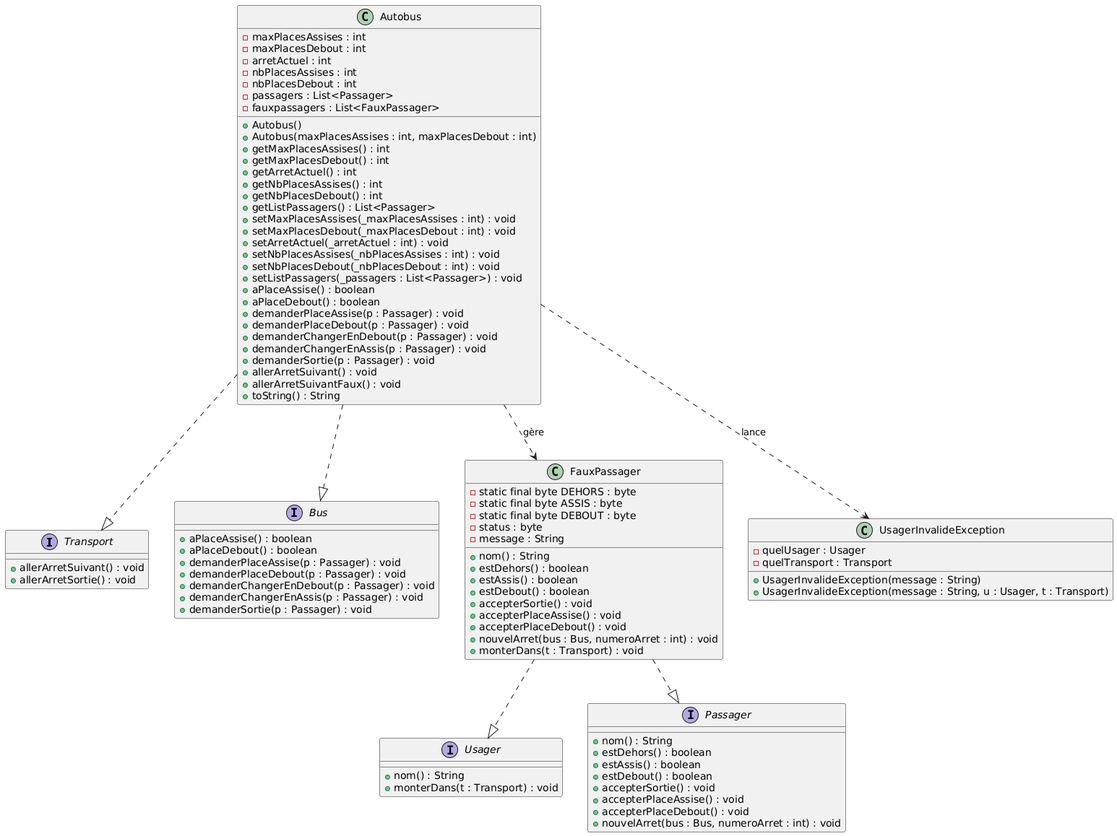
dantran0406/Projet_Verification keeps this PlantUML diagram as src/Diagramme_de_classe.png. Above is the earlier version. Source of this version:
```plantuml
@startuml
interface Transport {
    + allerArretSuivant() : void
    + allerArretSortie() : void
}

interface Usager {
    + nom() : String
    + monterDans(t : Transport) : void
}

interface Passager {
    + nom() : String
    + estDehors() : boolean
    + estAssis() : boolean
    + estDebout() : boolean
    + accepterSortie() : void
    + accepterPlaceAssise() : void
    + accepterPlaceDebout() : void
    + nouvelArret(bus : Bus, numeroArret : int) : void
}

interface Bus {
    + aPlaceAssise() : boolean
    + aPlaceDebout() : boolean
    + demanderPlaceAssise(p : Passager) : void
    + demanderPlaceDebout(p : Passager) : void
    + demanderChangerEnDebout(p : Passager) : void
    + demanderChangerEnAssis(p : Passager) : void
    + demanderSortie(p : Passager) : void
}

class Autobus {
    - maxPlacesAssises : int
    - maxPlacesDebout : int
    - arretActuel : int
    - nbPlacesAssises : int
    - nbPlacesDebout : int
    - passagers : List<Passager>
    - fauxpassagers : List<FauxPassager>
    + Autobus()
    + Autobus(maxPlacesAssises : int, maxPlacesDebout : int)
    + getMaxPlacesAssises() : int
    + getMaxPlacesDebout() : int
    + getArretActuel() : int
    + getNbPlacesAssises() : int
    + getNbPlacesDebout() : int
    + getListPassagers() : List<Passager>
    + setMaxPlacesAssises(_maxPlacesAssises : int) : void
    + setMaxPlacesDebout(_maxPlacesDebout : int) : void
    + setArretActuel(_arretActuel : int) : void
    + setNbPlacesAssises(_nbPlacesAssises : int) : void
    + setNbPlacesDebout(_nbPlacesDebout : int) : void
    + setListPassagers(_passagers : List<Passager>) : void
    + aPlaceAssise() : boolean
    + aPlaceDebout() : boolean
    + demanderPlaceAssise(p : Passager) : void
    + demanderPlaceDebout(p : Passager) : void
    + demanderChangerEnDebout(p : Passager) : void
    + demanderChangerEnAssis(p : Passager) : void
    + demanderSortie(p : Passager) : void
    + allerArretSuivant() : void
    + allerArretSuivantFaux() : void
    + toString() : String
}

class FauxPassager {
    - static final byte DEHORS : byte
    - static final byte ASSIS : byte
    - static final byte DEBOUT : byte
    - status : byte
    - message : String
    + nom() : String
    + estDehors() : boolean
    + estAssis() : boolean
    + estDebout() : boolean
    + accepterSortie() : void
    + accepterPlaceAssise() : void
    + accepterPlaceDebout() : void
    + nouvelArret(bus : Bus, numeroArret : int) : void
    + monterDans(t : Transport) : void
}

class UsagerInvalideException {
    - quelUsager : Usager
    - quelTransport : Transport
    + UsagerInvalideException(message : String)
    + UsagerInvalideException(message : String, u : Usager, t : Transport)
}

FauxPassager ..|> Passager
FauxPassager ..|> Usager
Autobus ..|> Bus
Autobus ..|> Transport
Autobus ..> FauxPassager : gère
Autobus ..> UsagerInvalideException : lance
@enduml
```
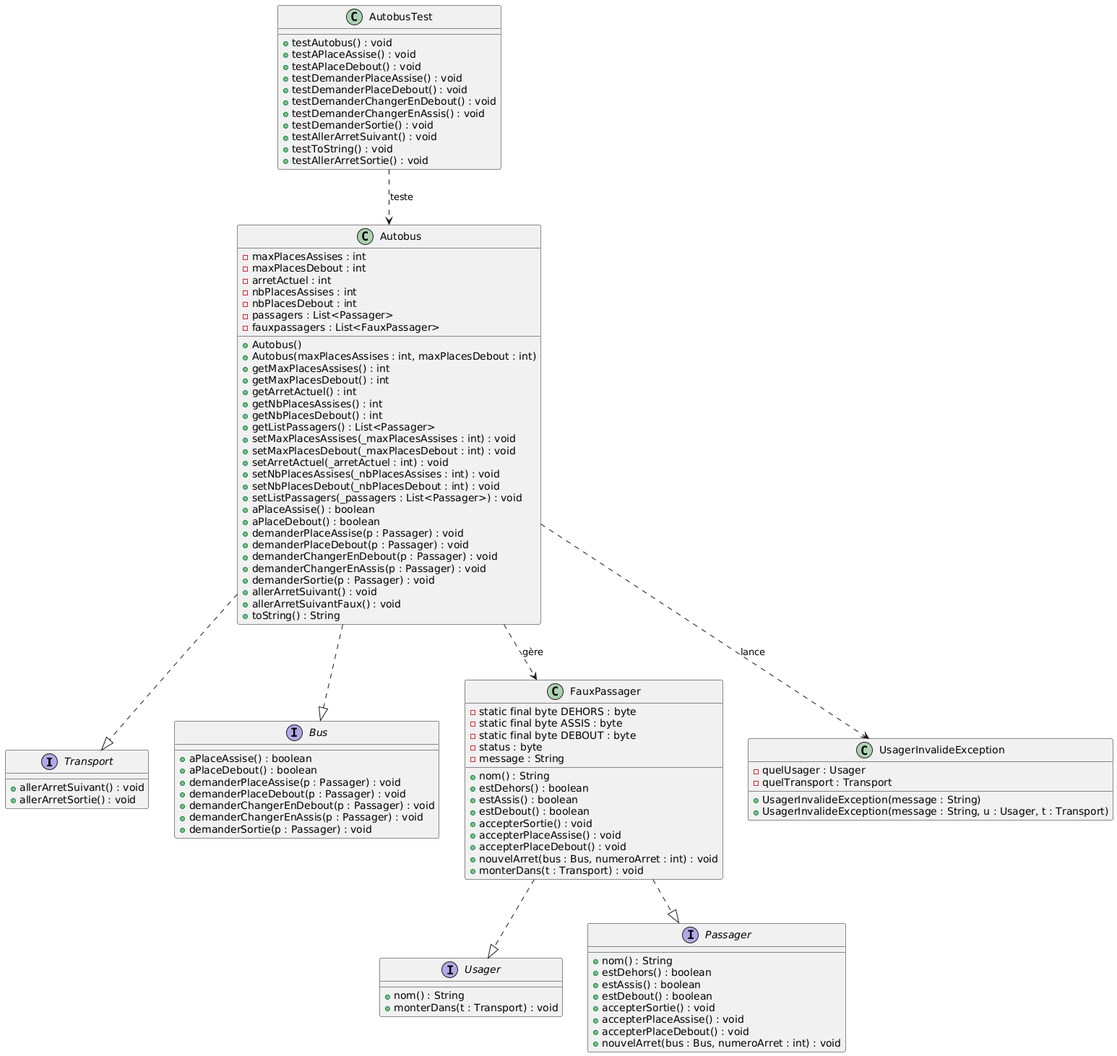
Later version of the same file.

Commit message:
Diagramme de classe modifié

The edit, as a diff of the source:
```diff
@@ -88,10 +88,25 @@
     + UsagerInvalideException(message : String, u : Usager, t : Transport)
 }
 
+class AutobusTest {
+    + testAutobus() : void
+    + testAPlaceAssise() : void
+    + testAPlaceDebout() : void
+    + testDemanderPlaceAssise() : void
+    + testDemanderPlaceDebout() : void
+    + testDemanderChangerEnDebout() : void
+    + testDemanderChangerEnAssis() : void
+    + testDemanderSortie() : void
+    + testAllerArretSuivant() : void
+    + testToString() : void
+    + testAllerArretSortie() : void
+}
+
 FauxPassager ..|> Passager
 FauxPassager ..|> Usager
 Autobus ..|> Bus
 Autobus ..|> Transport
 Autobus ..> FauxPassager : gère
 Autobus ..> UsagerInvalideException : lance
+AutobusTest ..> Autobus : teste
 @enduml
```
